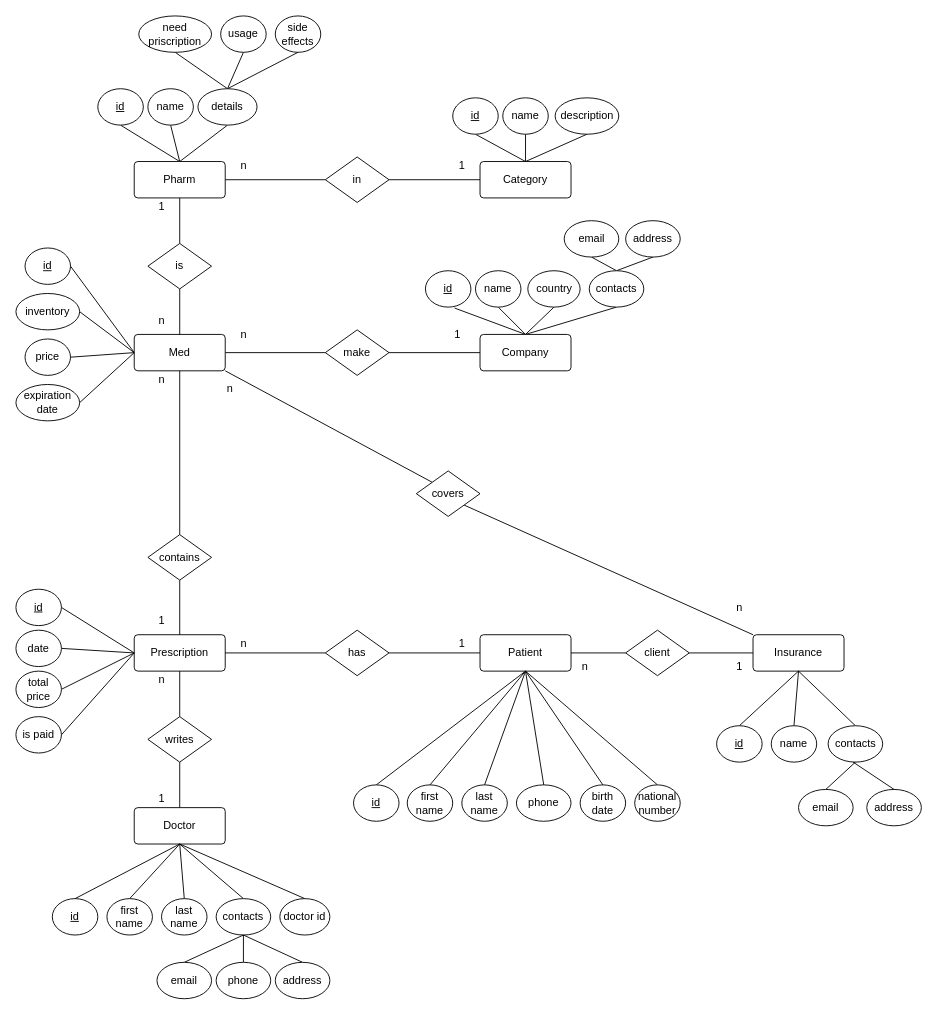
Before: db_lab_pharmacy_er.drawio in amirkazemzade/pharmacy-database, a draw.io diagram. Source tidied: cells renumbered, new cells numbered last; positions are measured from the earlier drawing's top-left corner, leaving out a move shared by most shapes. Both pictures are drawn from the tidied source at 91%, with x=0, y=0 at pixel (15, 15).
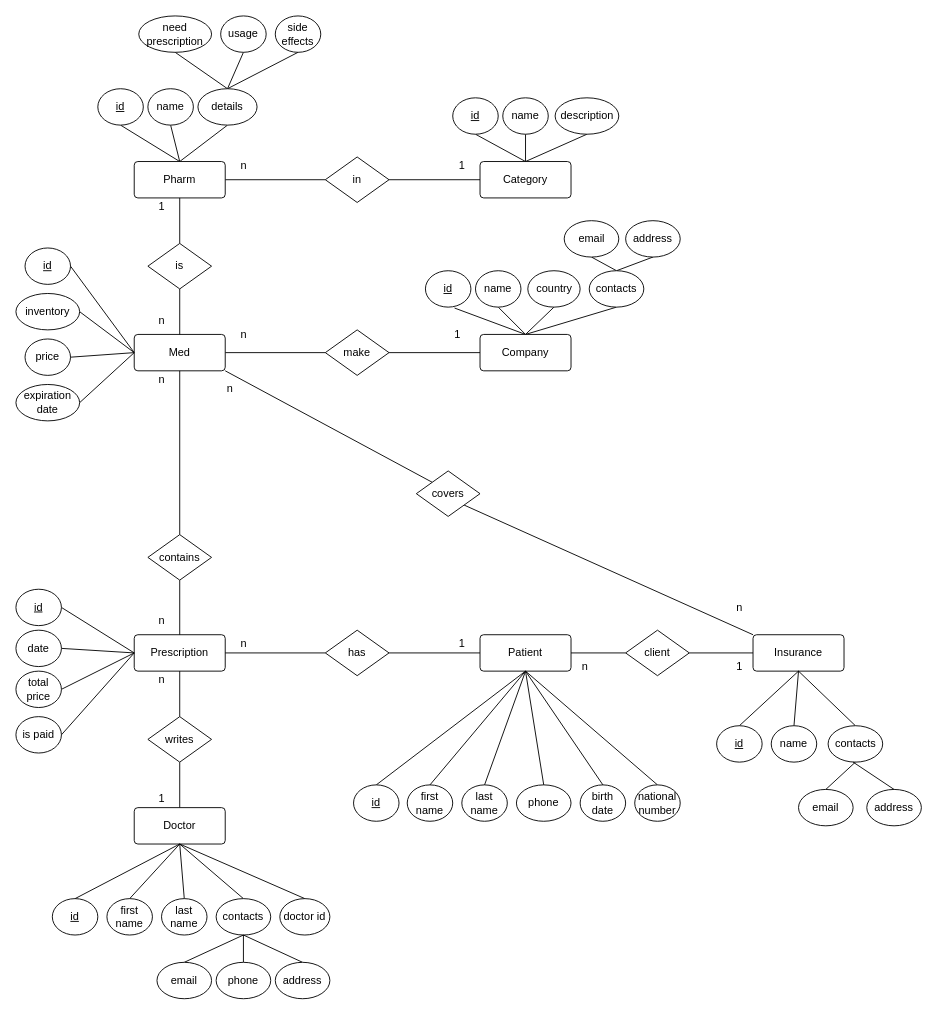
After the change.

The edit, as a diff of the source:
```diff
@@
-    <mxCell id="50" value="1" style="text;html=1;align=center;verticalAlign=middle;strokeColor=none;fillColor=none;" parent="1" vertex="1">
+    <mxCell id="50" value="n" style="text;html=1;align=center;verticalAlign=middle;strokeColor=none;fillColor=none;" parent="1" vertex="1">
       <mxGeometry x="145" y="650" width="30" height="30" as="geometry" />
     </mxCell>
@@
-    <mxCell id="63" value="need priscription" style="ellipse;whiteSpace=wrap;html=1;rounded=1;arcSize=10;" parent="1" vertex="1">
+    <mxCell id="63" value="need prescription" style="ellipse;whiteSpace=wrap;html=1;rounded=1;arcSize=10;" parent="1" vertex="1">
       <mxGeometry x="135" width="80" height="40" as="geometry" />
     </mxCell>
```
